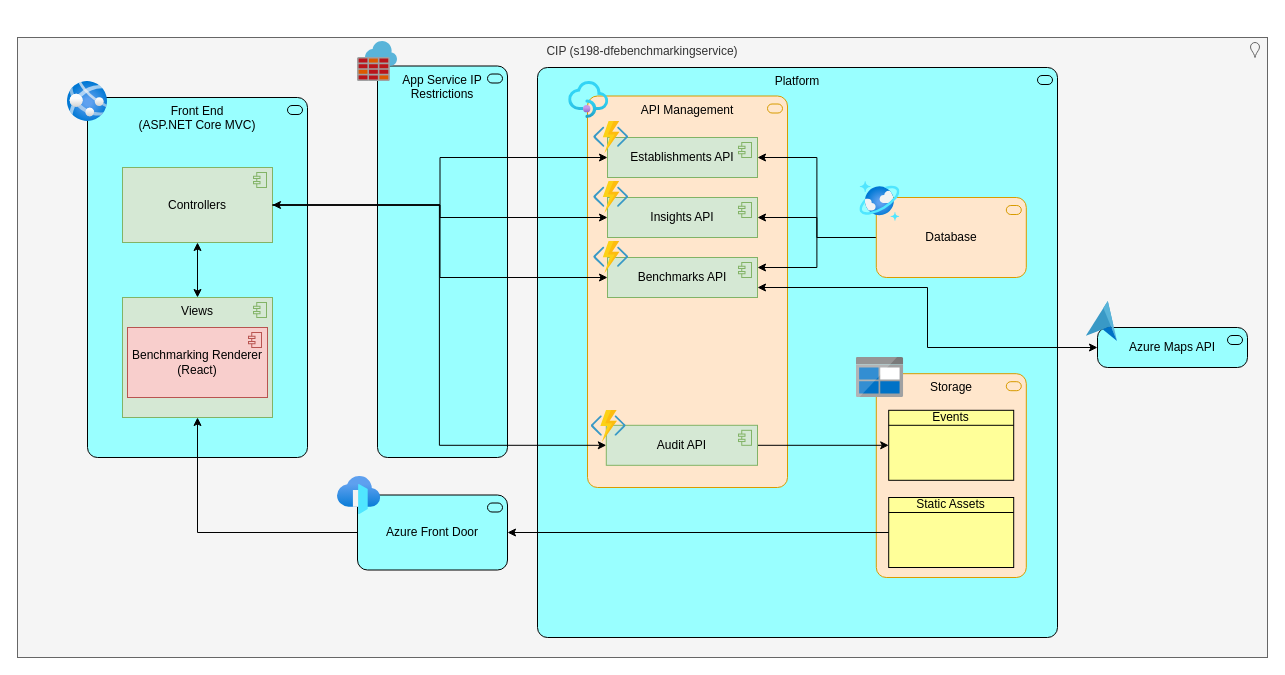
The draw.io diagram page "Application Architecture - MVP" (9 of 21) of documentation/architecture/Example-Diagrams.drawio in DFE-Digital/education-benchmarking-and-insights, before the edit. Source tidied: cells renumbered, new cells numbered last; positions are measured from the earlier drawing's top-left corner, leaving out a move shared by most shapes. Both pictures are drawn from the tidied source at 100%, with x=0, y=0 at pixel (17, 37).
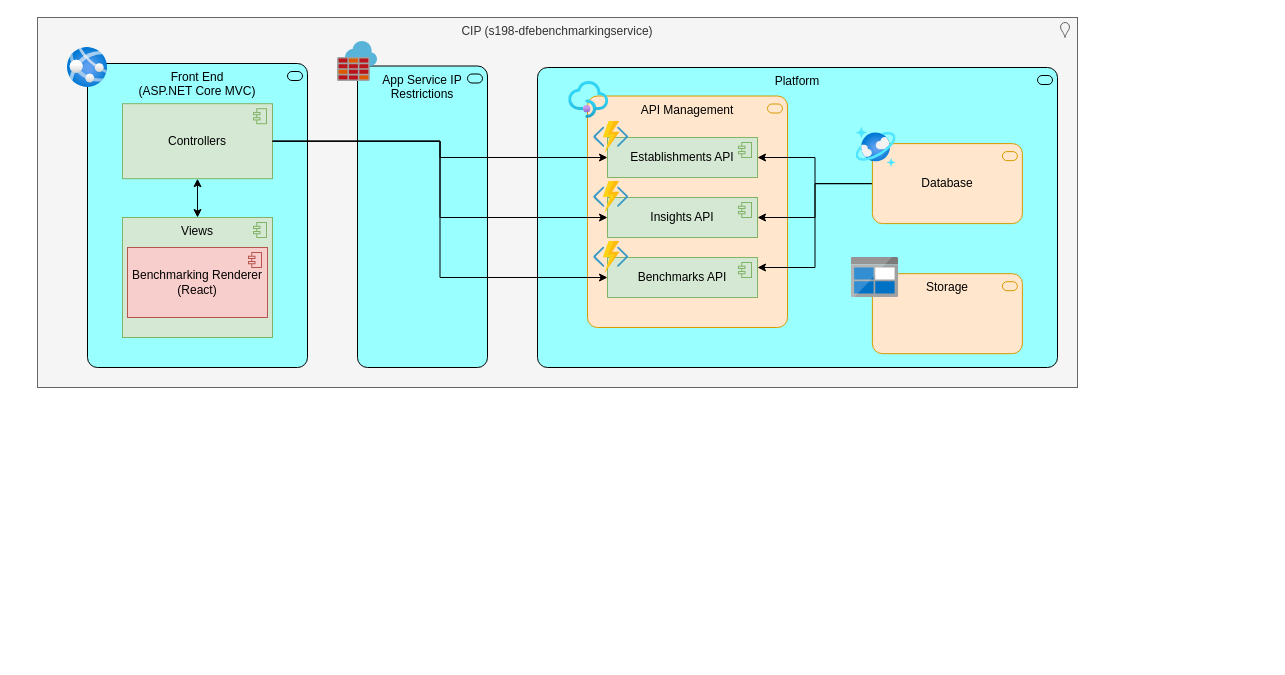
The same diagram, later.

Unchanged cells that the change refers to:
```xml
<mxCell id="24" value="Benchmarks API" style="html=1;outlineConnect=0;whiteSpace=wrap;fillColor=#d5e8d4;shape=mxgraph.archimate3.application;appType=comp;archiType=square;strokeColor=#82b366;" parent="1" vertex="1">
  <mxGeometry x="590" y="220" width="150" height="40" as="geometry" />
</mxCell>
```

The edit, as a diff of the source:
```diff
@@
     <mxCell id="2" value="CIP (s198-dfebenchmarkingservice)" style="html=1;whiteSpace=wrap;fillColor=#F5F5F5;shape=mxgraph.archimate3.application;appType=location;archiType=square;strokeColor=#666666;fontColor=#333333;verticalAlign=top;" parent="1" vertex="1">
-      <mxGeometry width="1250" height="620" as="geometry" />
+      <mxGeometry x="20" y="-20" width="1040" height="370" as="geometry" />
     </mxCell>
     <mxCell id="3" value="Platform" style="html=1;whiteSpace=wrap;fillColor=#99FFFF;shape=mxgraph.archimate3.application;appType=serv;archiType=rounded;verticalAlign=top;" parent="1" vertex="1">
-      <mxGeometry x="520" y="30" width="520" height="570" as="geometry" />
+      <mxGeometry x="520" y="30" width="520" height="300" as="geometry" />
     </mxCell>
     <mxCell id="4" value="API Management" style="html=1;whiteSpace=wrap;fillColor=#FFE6CC;shape=mxgraph.archimate3.application;appType=serv;archiType=rounded;strokeColor=#d79b00;verticalAlign=top;" parent="1" vertex="1">
-      <mxGeometry x="570" y="58.5" width="200" height="391.5" as="geometry" />
+      <mxGeometry x="570" y="58.5" width="200" height="231.5" as="geometry" />
     </mxCell>
     <mxCell id="5" value="App Service IP Restrictions" style="html=1;whiteSpace=wrap;fillColor=#99ffff;shape=mxgraph.archimate3.application;appType=serv;archiType=rounded;verticalAlign=top;" parent="1" vertex="1">
-      <mxGeometry x="360" y="28.5" width="130" height="391.5" as="geometry" />
+      <mxGeometry x="340" y="28.5" width="130" height="301.5" as="geometry" />
     </mxCell>
     <mxCell id="6" style="html=1;align=center;image;fontSize=12;image=img/lib/mscae/Azure_Firewall.svg;" parent="1" vertex="1">
-      <mxGeometry x="340" y="4" width="40" height="40" as="geometry" />
+      <mxGeometry x="320" y="4" width="40" height="40" as="geometry" />
     </mxCell>
     <mxCell id="7" value="Front End &lt;br&gt;(ASP.NET Core MVC)" style="html=1;whiteSpace=wrap;fillColor=#99ffff;shape=mxgraph.archimate3.application;appType=serv;archiType=rounded;verticalAlign=top;" parent="1" vertex="1">
-      <mxGeometry x="70" y="60" width="220" height="360" as="geometry" />
+      <mxGeometry x="70" y="26" width="220" height="304" as="geometry" />
     </mxCell>
@@
     <mxCell id="9" value="Controllers" style="html=1;outlineConnect=0;whiteSpace=wrap;fillColor=#d5e8d4;shape=mxgraph.archimate3.application;appType=comp;archiType=square;strokeColor=#82b366;" parent="1" vertex="1">
-      <mxGeometry x="105" y="130" width="150" height="75" as="geometry" />
+      <mxGeometry x="105" y="66.2" width="150" height="75" as="geometry" />
     </mxCell>
     <mxCell id="10" value="Views" style="html=1;outlineConnect=0;whiteSpace=wrap;fillColor=#d5e8d4;shape=mxgraph.archimate3.application;appType=comp;archiType=square;verticalAlign=top;strokeColor=#82b366;" parent="1" vertex="1">
-      <mxGeometry x="105" y="260" width="150" height="120" as="geometry" />
+      <mxGeometry x="105" y="180" width="150" height="120" as="geometry" />
     </mxCell>
     <mxCell id="11" value="Benchmarking Renderer (React)" style="html=1;whiteSpace=wrap;fillColor=#f8cecc;shape=mxgraph.archimate3.application;appType=comp;archiType=square;strokeColor=#b85450;" parent="1" vertex="1">
-      <mxGeometry x="110" y="290" width="140" height="70" as="geometry" />
+      <mxGeometry x="110" y="210" width="140" height="70" as="geometry" />
     </mxCell>
-    <mxCell id="12" style="edgeStyle=orthogonalEdgeStyle;rounded=0;jettySize=auto;html=1;exitX=0;exitY=0.5;exitDx=0;exitDy=0;exitPerimeter=0;" parent="1" edge="1" source="13" target="10">
-      <mxGeometry relative="1" as="geometry" />
-    </mxCell>
-    <mxCell id="13" value="Azure Front Door" style="html=1;outlineConnect=0;whiteSpace=wrap;fillColor=#99ffff;shape=mxgraph.archimate3.application;appType=serv;archiType=rounded;" parent="1" vertex="1">
-      <mxGeometry x="340" y="457.5" width="150" height="75" as="geometry" />
-    </mxCell>
@@
-    <mxCell id="17" style="edgeStyle=orthogonalEdgeStyle;rounded=0;jettySize=auto;html=1;exitX=1;exitY=0.5;exitDx=0;exitDy=0;exitPerimeter=0;entryX=0;entryY=0.5;entryDx=0;entryDy=0;entryPerimeter=0;startArrow=classic;startFill=1;" parent="1" edge="1" source="9" target="32">
-      <mxGeometry relative="1" as="geometry" />
-    </mxCell>
     <mxCell id="18" style="image;html=1;align=center;fontSize=12;image=img/lib/azure2/compute/App_Services.svg;" parent="1" vertex="1">
-      <mxGeometry x="50" y="44" width="40" height="40" as="geometry" />
+      <mxGeometry x="50" y="10" width="40" height="40" as="geometry" />
     </mxCell>
@@
     <mxCell id="26" value="Database" style="html=1;outlineConnect=0;whiteSpace=wrap;fillColor=#FFE6CC;shape=mxgraph.archimate3.application;appType=serv;archiType=rounded;strokeColor=#d79b00;" parent="1" vertex="1">
-      <mxGeometry x="858.8" y="160" width="150" height="80" as="geometry" />
+      <mxGeometry x="854.9" y="106.1" width="150" height="80" as="geometry" />
     </mxCell>
@@
     <mxCell id="29" value="Storage" style="html=1;whiteSpace=wrap;fillColor=#ffe6cc;shape=mxgraph.archimate3.application;appType=serv;archiType=rounded;strokeColor=#d79b00;verticalAlign=top;" parent="1" vertex="1">
-      <mxGeometry x="858.8" y="336.2" width="150" height="203.8" as="geometry" />
+      <mxGeometry x="854.9" y="236.2" width="150" height="80" as="geometry" />
     </mxCell>
-    <mxCell id="30" value="Static Assets" style="html=1;outlineConnect=0;whiteSpace=wrap;fillColor=#ffff99;shape=mxgraph.archimate3.businessObject;overflow=fill;" parent="1" vertex="1">
-      <mxGeometry x="871.2" y="460" width="125" height="70" as="geometry" />
-    </mxCell>
-    <mxCell id="31" style="edgeStyle=orthogonalEdgeStyle;rounded=0;jettySize=auto;html=1;exitX=1;exitY=0.5;exitDx=0;exitDy=0;exitPerimeter=0;entryX=0;entryY=0.5;entryDx=0;entryDy=0;entryPerimeter=0;" parent="1" edge="1" source="32" target="33">
-      <mxGeometry relative="1" as="geometry" />
-    </mxCell>
-    <mxCell id="32" value="Audit API" style="html=1;outlineConnect=0;whiteSpace=wrap;fillColor=#d5e8d4;shape=mxgraph.archimate3.application;appType=comp;archiType=square;strokeColor=#82b366;" parent="1" vertex="1">
-      <mxGeometry x="588.8" y="387.8" width="151.2" height="40" as="geometry" />
-    </mxCell>
-    <mxCell id="33" value="Events" style="html=1;outlineConnect=0;whiteSpace=wrap;fillColor=#ffff99;shape=mxgraph.archimate3.businessObject;overflow=fill;" parent="1" vertex="1">
-      <mxGeometry x="871.2" y="372.8" width="125" height="70" as="geometry" />
-    </mxCell>
@@
-    <mxCell id="35" style="image;html=1;align=center;fontSize=12;image=img/lib/azure2/networking/Front_Doors.svg;" parent="1" vertex="1">
-      <mxGeometry x="320" y="439.1" width="43.2" height="38.1" as="geometry" />
-    </mxCell>
-    <mxCell id="36" style="edgeStyle=orthogonalEdgeStyle;rounded=0;jettySize=auto;html=1;exitX=0;exitY=0.5;exitDx=0;exitDy=0;exitPerimeter=0;entryX=1;entryY=0.5;entryDx=0;entryDy=0;entryPerimeter=0;" parent="1" edge="1" source="30" target="13">
-      <mxGeometry relative="1" as="geometry" />
-    </mxCell>
-    <mxCell id="37" style="html=1;align=center;image;fontSize=12;image=img/lib/mscae/Functions.svg;" parent="1" vertex="1">
-      <mxGeometry x="573.7" y="372.8" width="35" height="32.2" as="geometry" />
-    </mxCell>
-    <mxCell id="38" value="Azure Maps API" style="html=1;outlineConnect=0;whiteSpace=wrap;fillColor=#99ffff;shape=mxgraph.archimate3.application;appType=serv;archiType=rounded;" parent="1" vertex="1">
-      <mxGeometry x="1080" y="290" width="150" height="40" as="geometry" />
-    </mxCell>
-    <mxCell id="39" style="image;sketch=0;html=1;align=center;fontSize=12;image=img/lib/mscae/Azure_Maps.svg;" parent="1" vertex="1">
-      <mxGeometry x="1068.8" y="264" width="31.2" height="40" as="geometry" />
-    </mxCell>
     <mxCell id="40" style="image;sketch=0;html=1;align=center;fontSize=12;image=img/lib/mscae/BlobBlock.svg;" parent="1" vertex="1">
-      <mxGeometry x="838.6" y="320" width="47.6" height="40" as="geometry" />
+      <mxGeometry x="833.6" y="220" width="47.6" height="40" as="geometry" />
     </mxCell>
-    <mxCell id="41" style="edgeStyle=orthogonalEdgeStyle;rounded=0;jettySize=auto;html=1;entryX=0;entryY=0.5;entryDx=0;entryDy=0;entryPerimeter=0;startArrow=classic;startFill=1;endArrow=classic;endFill=1;exitX=1;exitY=0.75;exitDx=0;exitDy=0;exitPerimeter=0;" parent="1" edge="1" source="24" target="38">
-      <mxGeometry relative="1" as="geometry" />
-    </mxCell>
     <mxCell id="42" style="image;html=1;align=center;fontSize=12;image=img/lib/azure2/databases/Azure_Cosmos_DB.svg;" parent="1" vertex="1">
-      <mxGeometry x="842.4" y="143.9" width="40" height="40" as="geometry" />
+      <mxGeometry x="838.6" y="90" width="40" height="40" as="geometry" />
     </mxCell>
```
